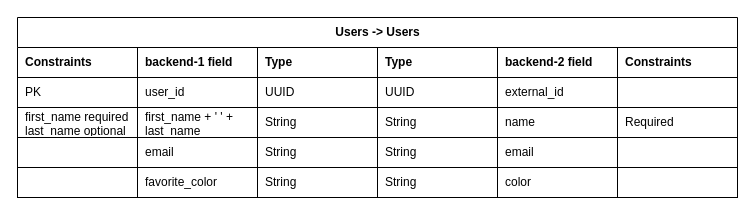
This is mapping.drawio from HaydenBurkerDP/data-synchronization, a draw.io file, before an edit. Source tidied: cells renumbered, new cells numbered last; positions are measured from the earlier drawing's top-left corner, leaving out a move shared by most shapes. Both pictures are drawn from the tidied source at 100%, with x=0, y=0 at pixel (17, 17).
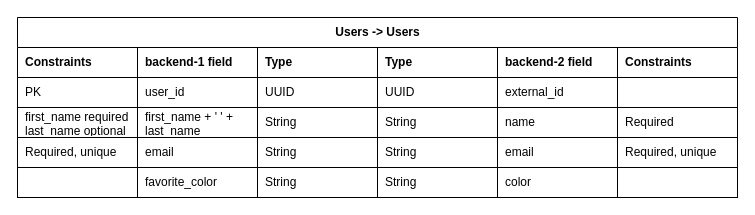
The same page after the edit.

Unchanged cells that the change refers to:
```xml
<mxCell id="24" style="shape=tableRow;horizontal=0;startSize=0;swimlaneHead=0;swimlaneBody=0;fillColor=none;top=0;left=0;right=0;bottom=1;" parent="2" vertex="1">
  <mxGeometry y="120" width="720" height="30" as="geometry" />
</mxCell>
```

What changed in the source:
```diff
@@
-    <mxCell id="25" style="shape=partialRectangle;fillColor=none;top=0;left=0;bottom=0;right=0;align=left;spacingLeft=6;fontStyle=0;overflow=hidden;whiteSpace=wrap;html=1;fontColor=default;" parent="24" vertex="1">
+    <mxCell id="25" value="Required, unique" style="shape=partialRectangle;fillColor=none;top=0;left=0;bottom=0;right=0;align=left;spacingLeft=6;fontStyle=0;overflow=hidden;whiteSpace=wrap;html=1;fontColor=default;" parent="24" vertex="1">
       <mxGeometry width="120" height="30" as="geometry" />
     </mxCell>
@@
-    <mxCell id="30" style="shape=partialRectangle;fillColor=none;top=0;left=0;bottom=0;right=0;align=left;spacingLeft=6;fontStyle=0;overflow=hidden;whiteSpace=wrap;html=1;fontColor=default;" parent="24" vertex="1">
+    <mxCell id="30" value="Required, unique" style="shape=partialRectangle;fillColor=none;top=0;left=0;bottom=0;right=0;align=left;spacingLeft=6;fontStyle=0;overflow=hidden;whiteSpace=wrap;html=1;fontColor=default;" parent="24" vertex="1">
       <mxGeometry x="600" width="120" height="30" as="geometry" />
     </mxCell>
```
